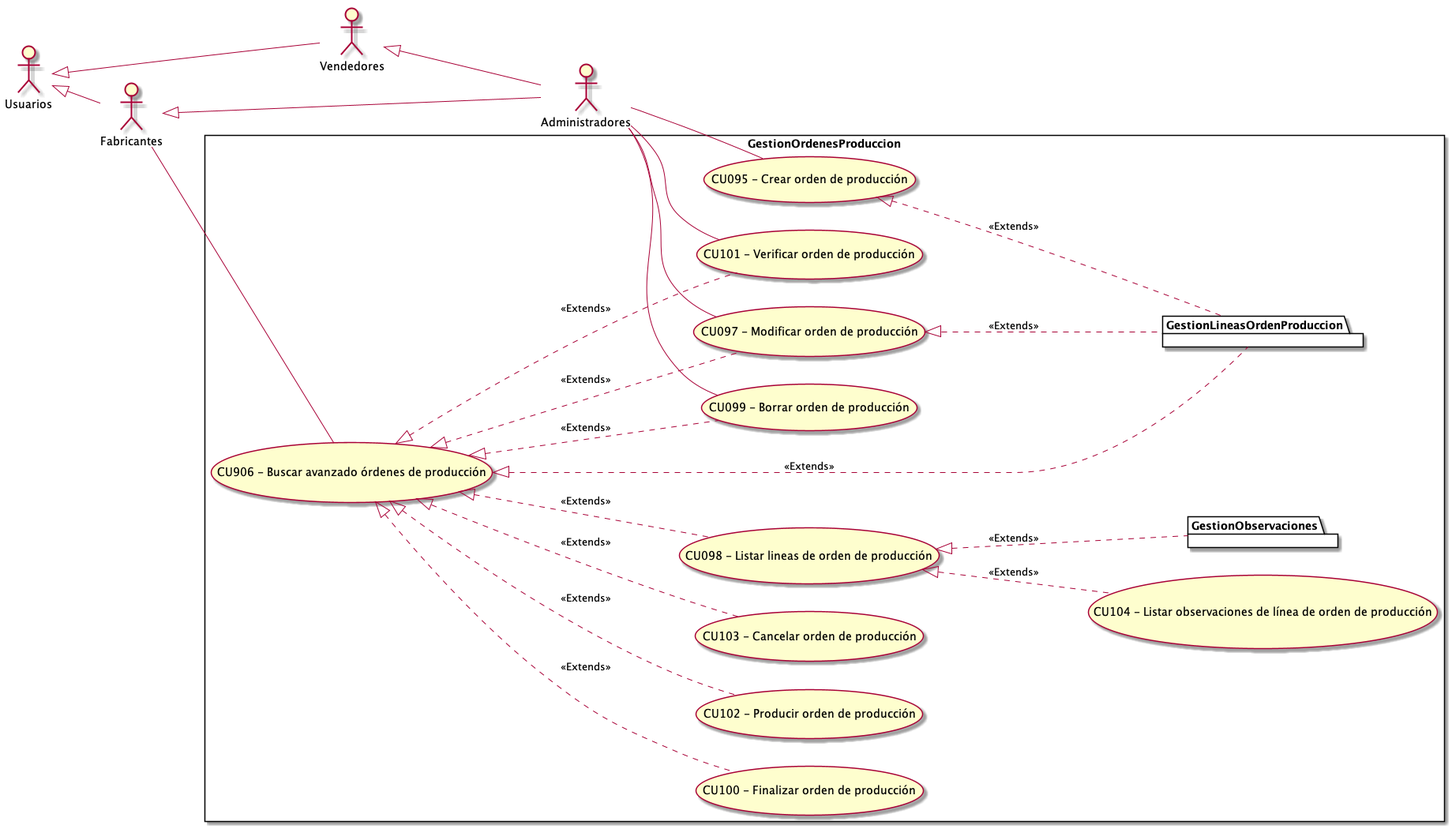
Before: Informe Final/Imagenes/ModeladoDeCasosDeUso/DiagramaDeCasosDeUso/GestionOrdenesProduccion.png, a diagram exported from PlantUML (ZMGestion/DocumentacionZMGestion).
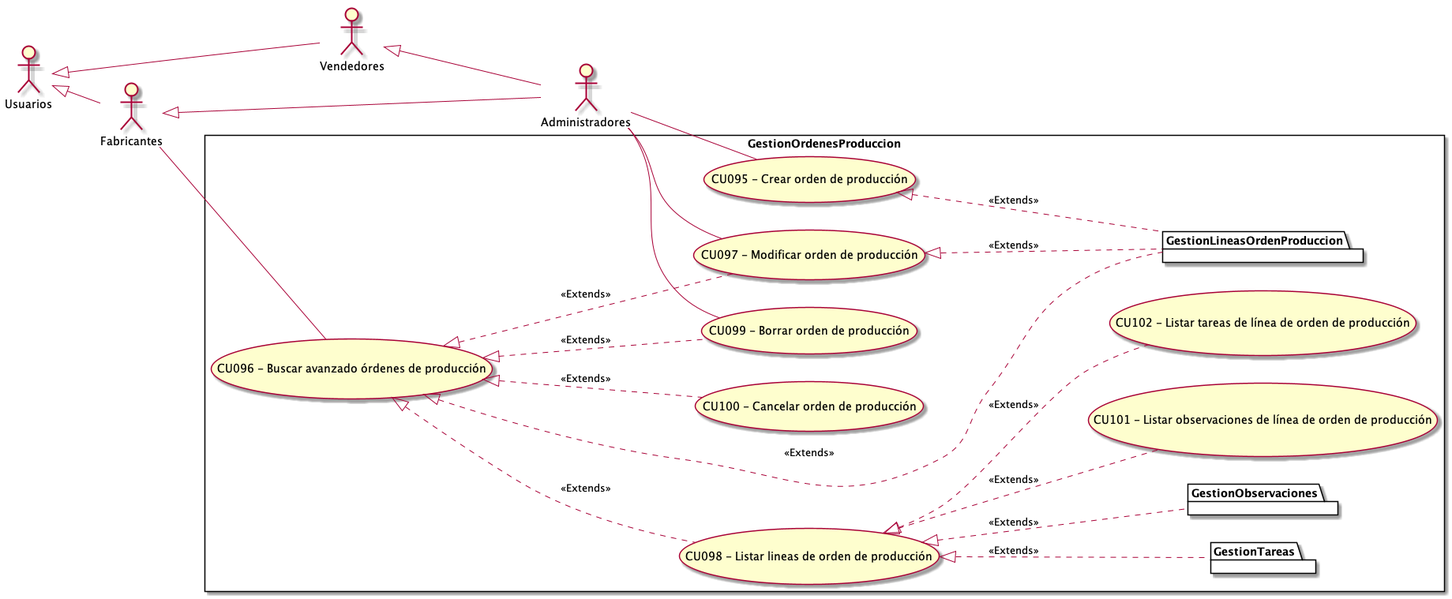
The same diagram one commit later.

The edit, as a diff of the source:
```diff
@@ -14,36 +14,34 @@
 
 rectangle GestionOrdenesProduccion{
     UseCase "CU095 - Crear orden de producción" as C
-    UseCase "CU906 - Buscar avanzado órdenes de producción " as BA
+    UseCase "CU096 - Buscar avanzado órdenes de producción " as BA
     UseCase "CU097 - Modificar orden de producción" as M
     UseCase "CU098 - Listar lineas de orden de producción" as ListarLineas
     UseCase "CU099 - Borrar orden de producción" as B
-    UseCase "CU100 - Finalizar orden de producción" as Finalizar
-    UseCase "CU101 - Verificar orden de producción" as Verificar
-    UseCase "CU102 - Producir orden de producción" as Producir
-    UseCase "CU103 - Cancelar orden de producción" as Cancelar
-    UseCase "CU104 - Listar observaciones de línea de orden de producción" as ListarObservaciones
+    UseCase "CU100 - Cancelar orden de producción" as Cancelar
+    UseCase "CU101 - Listar observaciones de línea de orden de producción" as ListarObservaciones
+    UseCase "CU102 - Listar tareas de línea de orden de producción" as ListarTareas
     package GestionLineasOrdenProduccion{
     }
     package GestionObservaciones{
+    }
+    package GestionTareas{
     }
 
     BA <|.. M : <<Extends>>
     BA <|.. B : <<Extends>>
     BA <|.. ListarLineas : <<Extends>>
-    BA <|.. Finalizar : <<Extends>>
-    BA <|.. Verificar : <<Extends>>
     BA <|.. Cancelar : <<Extends>>
-    BA <|.. Producir : <<Extends>>
     ListarLineas <|.. ListarObservaciones : <<Extends>>
+    ListarLineas <|.. ListarTareas : <<Extends>>
     C <|.. GestionLineasOrdenProduccion : <<Extends>>
     M <|.. GestionLineasOrdenProduccion : <<Extends>>
     BA <|.. GestionLineasOrdenProduccion : <<Extends>>
     ListarLineas <|.. GestionObservaciones : <<Extends>>
+    ListarLineas <|.. GestionTareas : <<Extends>>
 }
     Administradores -- C
     Fabricantes -- BA
-    Administradores -- Verificar
     Administradores -- M
     Administradores -- B
 
```
